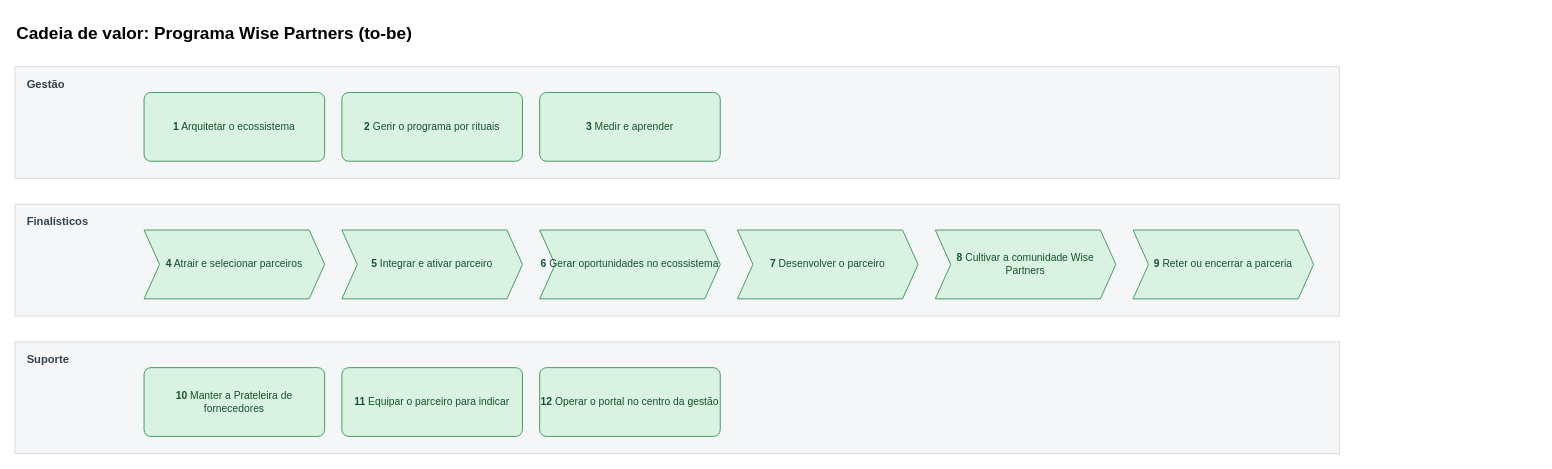
Before: page "Cadeia de valor" (1 of 85) of mapeamentos/wise-partners-to-be/saidas/mapa.drawio in Guilherme-MFaccin/Wise-Partners, a draw.io diagram. Source tidied: cells renumbered, new cells numbered last; positions are measured from the earlier drawing's top-left corner, leaving out a move shared by most shapes. Both pictures are drawn from the tidied source at 86%, with x=0, y=0 at pixel (15, 15).
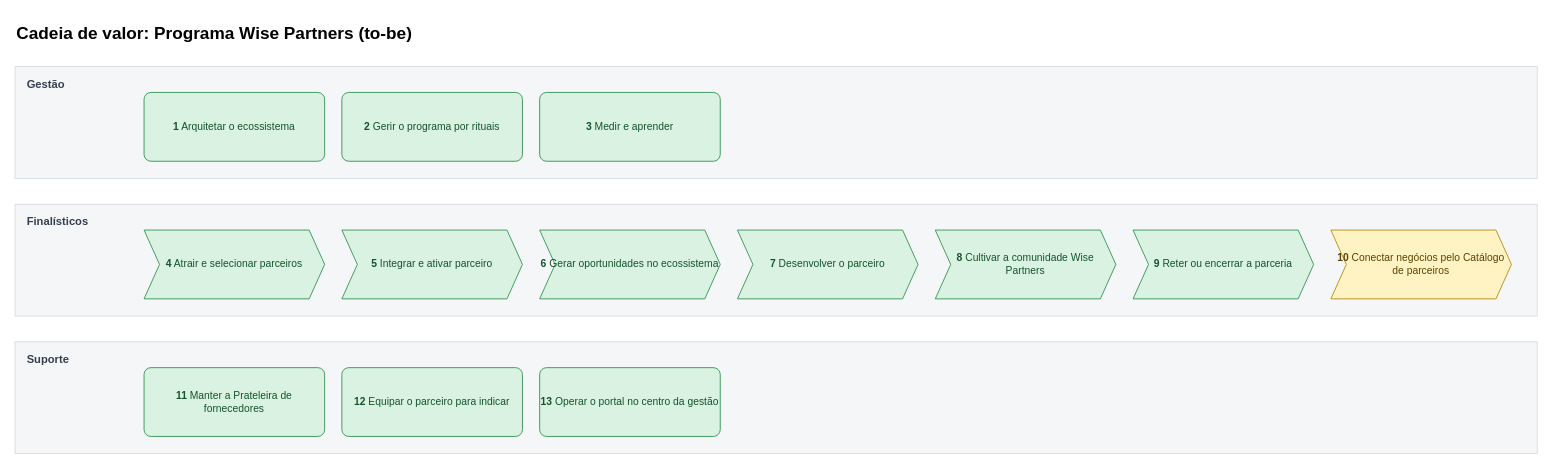
After the change.

Change to the diagram source:
```diff
@@
 <mxGraphModel>
   <root>
     <mxCell id="0" />
     <mxCell id="1" parent="0" />
     <mxCell id="2" value="&lt;b&gt;Cadeia de valor: Programa Wise Partners (to-be)&lt;/b&gt;" style="text;html=1;fontSize=20;align=left;verticalAlign=middle;strokeColor=none;fillColor=none;" parent="1" vertex="1">
       <mxGeometry width="600" height="40" as="geometry" />
     </mxCell>
     <mxCell id="3" value="Gestão" style="rounded=0;whiteSpace=wrap;html=1;fillColor=#F4F6F8;strokeColor=#D5DAE0;verticalAlign=top;align=left;spacingLeft=12;spacingTop=6;fontStyle=1;fontSize=13;fontColor=#33404D;" parent="1" vertex="1">
-      <mxGeometry y="60" width="1540" height="130" as="geometry" />
+      <mxGeometry y="60" width="1770" height="130" as="geometry" />
     </mxCell>
     <mxCell id="4" value="&lt;b&gt;1&lt;/b&gt; Arquitetar o ecossistema" style="rounded=1;whiteSpace=wrap;html=1;arcSize=10;fillColor=#D9F2E1;strokeColor=#2F8F4E;fontColor=#14532D;fontSize=12;" parent="1" vertex="1">
       <mxGeometry x="150" y="90" width="210" height="80" as="geometry" />
     </mxCell>
     <mxCell id="5" value="&lt;b&gt;2&lt;/b&gt; Gerir o programa por rituais" style="rounded=1;whiteSpace=wrap;html=1;arcSize=10;fillColor=#D9F2E1;strokeColor=#2F8F4E;fontColor=#14532D;fontSize=12;" parent="1" vertex="1">
       <mxGeometry x="380" y="90" width="210" height="80" as="geometry" />
     </mxCell>
     <mxCell id="6" value="&lt;b&gt;3&lt;/b&gt; Medir e aprender" style="rounded=1;whiteSpace=wrap;html=1;arcSize=10;fillColor=#D9F2E1;strokeColor=#2F8F4E;fontColor=#14532D;fontSize=12;" parent="1" vertex="1">
       <mxGeometry x="610" y="90" width="210" height="80" as="geometry" />
     </mxCell>
     <mxCell id="7" value="Finalísticos" style="rounded=0;whiteSpace=wrap;html=1;fillColor=#F4F6F8;strokeColor=#D5DAE0;verticalAlign=top;align=left;spacingLeft=12;spacingTop=6;fontStyle=1;fontSize=13;fontColor=#33404D;" parent="1" vertex="1">
-      <mxGeometry y="220" width="1540" height="130" as="geometry" />
+      <mxGeometry y="220" width="1770" height="130" as="geometry" />
     </mxCell>
     <mxCell id="8" value="&lt;b&gt;4&lt;/b&gt; Atrair e selecionar parceiros" style="rounded=1;whiteSpace=wrap;html=1;arcSize=10;fillColor=#D9F2E1;strokeColor=#2F8F4E;fontColor=#14532D;fontSize=12;shape=step;perimeter=stepPerimeter;fixedSize=1;size=18;rounded=0;" parent="1" vertex="1">
       <mxGeometry x="150" y="250" width="210" height="80" as="geometry" />
     </mxCell>
     <mxCell id="9" value="&lt;b&gt;5&lt;/b&gt; Integrar e ativar parceiro" style="rounded=1;whiteSpace=wrap;html=1;arcSize=10;fillColor=#D9F2E1;strokeColor=#2F8F4E;fontColor=#14532D;fontSize=12;shape=step;perimeter=stepPerimeter;fixedSize=1;size=18;rounded=0;" parent="1" vertex="1">
       <mxGeometry x="380" y="250" width="210" height="80" as="geometry" />
     </mxCell>
     <mxCell id="10" value="&lt;b&gt;6&lt;/b&gt; Gerar oportunidades no ecossistema" style="rounded=1;whiteSpace=wrap;html=1;arcSize=10;fillColor=#D9F2E1;strokeColor=#2F8F4E;fontColor=#14532D;fontSize=12;shape=step;perimeter=stepPerimeter;fixedSize=1;size=18;rounded=0;" parent="1" vertex="1">
       <mxGeometry x="610" y="250" width="210" height="80" as="geometry" />
     </mxCell>
     <mxCell id="11" value="&lt;b&gt;7&lt;/b&gt; Desenvolver o parceiro" style="rounded=1;whiteSpace=wrap;html=1;arcSize=10;fillColor=#D9F2E1;strokeColor=#2F8F4E;fontColor=#14532D;fontSize=12;shape=step;perimeter=stepPerimeter;fixedSize=1;size=18;rounded=0;" parent="1" vertex="1">
       <mxGeometry x="840" y="250" width="210" height="80" as="geometry" />
     </mxCell>
     <mxCell id="12" value="&lt;b&gt;8&lt;/b&gt; Cultivar a comunidade Wise Partners" style="rounded=1;whiteSpace=wrap;html=1;arcSize=10;fillColor=#D9F2E1;strokeColor=#2F8F4E;fontColor=#14532D;fontSize=12;shape=step;perimeter=stepPerimeter;fixedSize=1;size=18;rounded=0;" parent="1" vertex="1">
       <mxGeometry x="1070" y="250" width="210" height="80" as="geometry" />
     </mxCell>
     <mxCell id="13" value="&lt;b&gt;9&lt;/b&gt; Reter ou encerrar a parceria" style="rounded=1;whiteSpace=wrap;html=1;arcSize=10;fillColor=#D9F2E1;strokeColor=#2F8F4E;fontColor=#14532D;fontSize=12;shape=step;perimeter=stepPerimeter;fixedSize=1;size=18;rounded=0;" parent="1" vertex="1">
       <mxGeometry x="1300" y="250" width="210" height="80" as="geometry" />
     </mxCell>
-    <mxCell id="14" value="Suporte" style="rounded=0;whiteSpace=wrap;html=1;fillColor=#F4F6F8;strokeColor=#D5DAE0;verticalAlign=top;align=left;spacingLeft=12;spacingTop=6;fontStyle=1;fontSize=13;fontColor=#33404D;" parent="1" vertex="1">
-      <mxGeometry y="380" width="1540" height="130" as="geometry" />
+    <mxCell id="14" value="&lt;b&gt;10&lt;/b&gt; Conectar negócios pelo Catálogo de parceiros" style="rounded=1;whiteSpace=wrap;html=1;arcSize=10;fillColor=#FFF3C4;strokeColor=#B8860B;fontColor=#5C4300;fontSize=12;shape=step;perimeter=stepPerimeter;fixedSize=1;size=18;rounded=0;" parent="1" vertex="1">
+      <mxGeometry x="1530" y="250" width="210" height="80" as="geometry" />
     </mxCell>
-    <mxCell id="15" value="&lt;b&gt;10&lt;/b&gt; Manter a Prateleira de fornecedores" style="rounded=1;whiteSpace=wrap;html=1;arcSize=10;fillColor=#D9F2E1;strokeColor=#2F8F4E;fontColor=#14532D;fontSize=12;" parent="1" vertex="1">
-      <mxGeometry x="150" y="410" width="210" height="80" as="geometry" />
+    <mxCell id="15" value="Suporte" style="rounded=0;whiteSpace=wrap;html=1;fillColor=#F4F6F8;strokeColor=#D5DAE0;verticalAlign=top;align=left;spacingLeft=12;spacingTop=6;fontStyle=1;fontSize=13;fontColor=#33404D;" parent="1" vertex="1">
+      <mxGeometry y="380" width="1770" height="130" as="geometry" />
     </mxCell>
-    <mxCell id="16" value="&lt;b&gt;11&lt;/b&gt; Equipar o parceiro para indicar" style="rounded=1;whiteSpace=wrap;html=1;arcSize=10;fillColor=#D9F2E1;strokeColor=#2F8F4E;fontColor=#14532D;fontSize=12;" parent="1" vertex="1">
-      <mxGeometry x="380" y="410" width="210" height="80" as="geometry" />
+    <mxCell id="16" value="&lt;b&gt;11&lt;/b&gt; Manter a Prateleira de fornecedores" style="rounded=1;whiteSpace=wrap;html=1;arcSize=10;fillColor=#D9F2E1;strokeColor=#2F8F4E;fontColor=#14532D;fontSize=12;" parent="1" vertex="1">
+      <mxGeometry x="150" y="410" width="210" height="80" as="geometry" />
     </mxCell>
-    <mxCell id="17" value="&lt;b&gt;12&lt;/b&gt; Operar o portal no centro da gestão" style="rounded=1;whiteSpace=wrap;html=1;arcSize=10;fillColor=#D9F2E1;strokeColor=#2F8F4E;fontColor=#14532D;fontSize=12;" parent="1" vertex="1">
-      <mxGeometry x="610" y="410" width="210" height="80" as="geometry" />
+    <mxCell id="17" value="&lt;b&gt;12&lt;/b&gt; Equipar o parceiro para indicar" style="rounded=1;whiteSpace=wrap;html=1;arcSize=10;fillColor=#D9F2E1;strokeColor=#2F8F4E;fontColor=#14532D;fontSize=12;" parent="1" vertex="1">
+      <mxGeometry x="380" y="410" width="210" height="80" as="geometry" />
     </mxCell>
+    <mxCell id="18" value="&lt;b&gt;13&lt;/b&gt; Operar o portal no centro da gestão" style="rounded=1;whiteSpace=wrap;html=1;arcSize=10;fillColor=#D9F2E1;strokeColor=#2F8F4E;fontColor=#14532D;fontSize=12;" parent="1" vertex="1">
+      <mxGeometry x="610" y="410" width="210" height="80" as="geometry" />
+    </mxCell>
   </root>
 </mxGraphModel>
```
